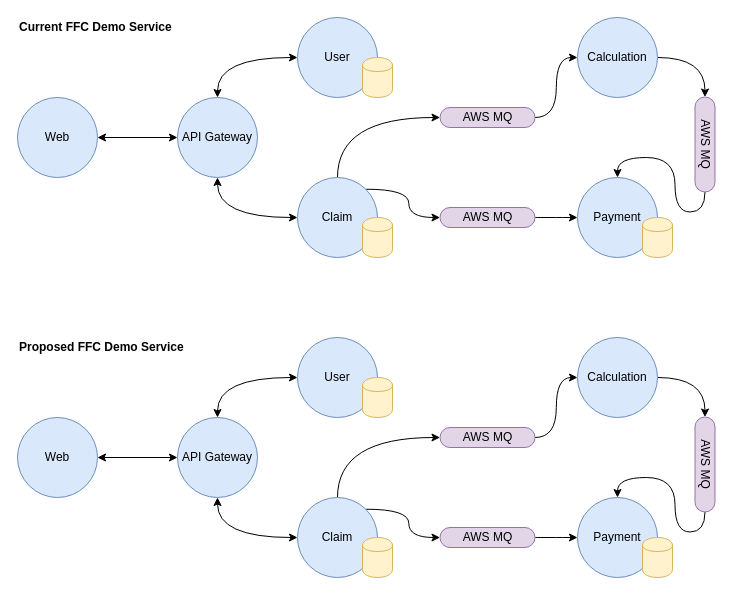
Before: FFC Demo Service.drawio in johnwatson484/diagrams, a draw.io diagram. Source tidied: cells renumbered, new cells numbered last; positions are measured from the earlier drawing's top-left corner, leaving out a move shared by most shapes. Both pictures are drawn from the tidied source at 100%, with x=0, y=0 at pixel (17, 17).
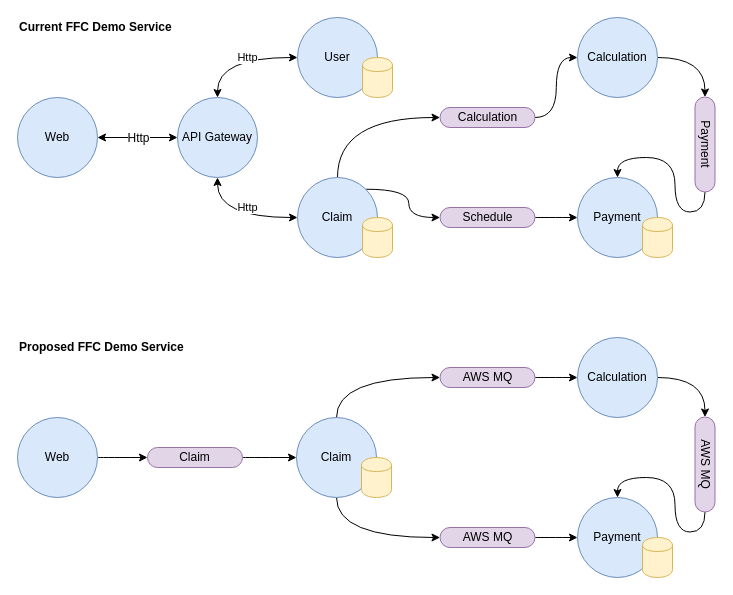
Above is the later version.

Unchanged cells that the change refers to:
```xml
<mxCell id="2" value="Web" style="ellipse;whiteSpace=wrap;html=1;fillColor=#dae8fc;strokeColor=#6c8ebf;" parent="1" vertex="1">
  <mxGeometry y="80" width="80" height="80" as="geometry" />
</mxCell>
<mxCell id="4" value="API Gateway" style="ellipse;whiteSpace=wrap;html=1;fillColor=#dae8fc;strokeColor=#6c8ebf;" parent="1" vertex="1">
  <mxGeometry x="160" y="80" width="80" height="80" as="geometry" />
</mxCell>
<mxCell id="10" value="Claim" style="ellipse;whiteSpace=wrap;html=1;fillColor=#dae8fc;strokeColor=#6c8ebf;" parent="1" vertex="1">
  <mxGeometry x="280" y="160" width="80" height="80" as="geometry" />
</mxCell>
<mxCell id="11" value="User" style="ellipse;whiteSpace=wrap;html=1;fillColor=#dae8fc;strokeColor=#6c8ebf;" parent="1" vertex="1">
  <mxGeometry x="280" width="80" height="80" as="geometry" />
</mxCell>
<mxCell id="24" value="Web" style="ellipse;whiteSpace=wrap;html=1;fillColor=#dae8fc;strokeColor=#6c8ebf;" parent="1" vertex="1">
  <mxGeometry y="400" width="80" height="80" as="geometry" />
</mxCell>
<mxCell id="42" value="AWS MQ" style="rounded=1;whiteSpace=wrap;html=1;fillColor=#e1d5e7;strokeColor=#9673a6;arcSize=50;rotation=0;" parent="1" vertex="1">
  <mxGeometry x="422.5" y="510" width="95" height="20" as="geometry" />
</mxCell>
```

What changed in the source:
```diff
@@
-    <mxCell id="3" style="edgeStyle=orthogonalEdgeStyle;rounded=0;jettySize=auto;html=1;exitX=0.5;exitY=1;exitDx=0;exitDy=0;entryX=0;entryY=0.5;entryDx=0;entryDy=0;jumpStyle=none;curved=1;startArrow=classic;startFill=1;" parent="1" edge="1" source="4" target="10">
-      <mxGeometry relative="1" as="geometry" />
+    <mxCell id="3" value="Http" style="edgeStyle=orthogonalEdgeStyle;rounded=0;jettySize=auto;html=1;exitX=0.5;exitY=1;exitDx=0;exitDy=0;entryX=0;entryY=0.5;entryDx=0;entryDy=0;jumpStyle=none;curved=1;startArrow=classic;startFill=1;" parent="1" edge="1" source="4" target="10">
+      <mxGeometry x="0.17" y="10" relative="1" as="geometry" />
     </mxCell>
@@
-    <mxCell id="16" value="AWS MQ" style="rounded=1;whiteSpace=wrap;html=1;fillColor=#e1d5e7;strokeColor=#9673a6;arcSize=50;rotation=0;" parent="1" vertex="1">
+    <mxCell id="16" value="Calculation" style="rounded=1;whiteSpace=wrap;html=1;fillColor=#e1d5e7;strokeColor=#9673a6;arcSize=50;rotation=0;" parent="1" vertex="1">
       <mxGeometry x="422.5" y="90" width="95" height="20" as="geometry" />
     </mxCell>
-    <mxCell id="17" style="endArrow=classic;html=1;exitX=1;exitY=0.5;exitDx=0;exitDy=0;entryX=0;entryY=0.5;entryDx=0;entryDy=0;jumpStyle=none;startArrow=classic;startFill=1;" parent="1" edge="1" source="2" target="4">
+    <mxCell id="17" style="endArrow=classic;html=1;exitX=1;exitY=0.5;exitDx=0;exitDy=0;entryX=0;entryY=0.5;entryDx=0;entryDy=0;jumpStyle=none;startArrow=classic;startFill=1;fontColor=#000000;strokeColor=#000000;" parent="1" edge="1" source="2" target="4">
       <mxGeometry relative="1" as="geometry" />
     </mxCell>
+    <mxCell id="46" value="Http" style="text;html=1;align=center;verticalAlign=middle;labelBackgroundColor=#ffffff;fontColor=#000000;" parent="17" vertex="1">
+      <mxGeometry x="0.32" relative="1" as="geometry">
+        <mxPoint x="-13" as="offset" />
+      </mxGeometry>
+    </mxCell>
-    <mxCell id="18" style="edgeStyle=orthogonalEdgeStyle;rounded=0;jettySize=auto;html=1;exitX=0.5;exitY=0;exitDx=0;exitDy=0;entryX=0;entryY=0.5;entryDx=0;entryDy=0;jumpStyle=none;curved=1;startArrow=classic;startFill=1;" parent="1" edge="1" source="4" target="11">
-      <mxGeometry relative="1" as="geometry" />
+    <mxCell id="18" value="Http" style="edgeStyle=orthogonalEdgeStyle;rounded=0;jettySize=auto;html=1;exitX=0.5;exitY=0;exitDx=0;exitDy=0;entryX=0;entryY=0.5;entryDx=0;entryDy=0;jumpStyle=none;curved=1;startArrow=classic;startFill=1;" parent="1" edge="1" source="4" target="11">
+      <mxGeometry x="0.17" relative="1" as="geometry" />
     </mxCell>
@@
-    <mxCell id="20" value="AWS MQ" style="rounded=1;whiteSpace=wrap;html=1;fillColor=#e1d5e7;strokeColor=#9673a6;arcSize=50;rotation=0;" parent="1" vertex="1">
+    <mxCell id="20" value="Schedule" style="rounded=1;whiteSpace=wrap;html=1;fillColor=#e1d5e7;strokeColor=#9673a6;arcSize=50;rotation=0;" parent="1" vertex="1">
       <mxGeometry x="422.5" y="190" width="95" height="20" as="geometry" />
     </mxCell>
@@
-    <mxCell id="22" value="AWS MQ" style="rounded=1;whiteSpace=wrap;html=1;fillColor=#e1d5e7;strokeColor=#9673a6;arcSize=50;rotation=90;" parent="1" vertex="1">
+    <mxCell id="22" value="Payment" style="rounded=1;whiteSpace=wrap;html=1;fillColor=#e1d5e7;strokeColor=#9673a6;arcSize=50;rotation=90;" parent="1" vertex="1">
       <mxGeometry x="640" y="117" width="95" height="20" as="geometry" />
     </mxCell>
@@
+    <mxCell id="47" style="edgeStyle=orthogonalEdgeStyle;curved=1;jumpStyle=arc;jettySize=auto;html=1;exitX=1;exitY=0.5;exitDx=0;exitDy=0;strokeColor=#000000;fontColor=#000000;entryX=0;entryY=0.5;entryDx=0;entryDy=0;" parent="1" edge="1" source="24" target="49">
+      <mxGeometry relative="1" as="geometry" />
+    </mxCell>
@@
-    <mxCell id="25" style="edgeStyle=orthogonalEdgeStyle;rounded=0;jettySize=auto;html=1;exitX=0.5;exitY=1;exitDx=0;exitDy=0;entryX=0;entryY=0.5;entryDx=0;entryDy=0;jumpStyle=none;curved=1;startArrow=classic;startFill=1;" parent="1" edge="1" source="26" target="32">
-      <mxGeometry relative="1" as="geometry" />
-    </mxCell>
-    <mxCell id="26" value="API Gateway" style="ellipse;whiteSpace=wrap;html=1;fillColor=#dae8fc;strokeColor=#6c8ebf;" parent="1" vertex="1">
-      <mxGeometry x="160" y="400" width="80" height="80" as="geometry" />
-    </mxCell>
@@
-    <mxCell id="30" style="edgeStyle=orthogonalEdgeStyle;jumpStyle=arc;jettySize=auto;html=1;exitX=1;exitY=0;exitDx=0;exitDy=0;entryX=0;entryY=0.5;entryDx=0;entryDy=0;curved=1;" parent="1" edge="1" source="32" target="42">
+    <mxCell id="30" style="edgeStyle=orthogonalEdgeStyle;jumpStyle=arc;jettySize=auto;html=1;exitX=0.5;exitY=1;exitDx=0;exitDy=0;entryX=0;entryY=0.5;entryDx=0;entryDy=0;curved=1;" parent="1" edge="1" source="32" target="42">
       <mxGeometry relative="1" as="geometry" />
     </mxCell>
@@
     <mxCell id="32" value="Claim" style="ellipse;whiteSpace=wrap;html=1;fillColor=#dae8fc;strokeColor=#6c8ebf;" parent="1" vertex="1">
-      <mxGeometry x="280" y="480" width="80" height="80" as="geometry" />
+      <mxGeometry x="279" y="400" width="80" height="80" as="geometry" />
     </mxCell>
-    <mxCell id="33" value="User" style="ellipse;whiteSpace=wrap;html=1;fillColor=#dae8fc;strokeColor=#6c8ebf;" parent="1" vertex="1">
-      <mxGeometry x="280" y="320" width="80" height="80" as="geometry" />
-    </mxCell>
@@
     <mxCell id="35" style="shape=cylinder;whiteSpace=wrap;html=1;boundedLbl=1;backgroundOutline=1;fillColor=#fff2cc;strokeColor=#d6b656;" parent="1" vertex="1">
-      <mxGeometry x="345" y="520" width="30" height="40" as="geometry" />
+      <mxGeometry x="344" y="440" width="30" height="40" as="geometry" />
     </mxCell>
-    <mxCell id="36" style="shape=cylinder;whiteSpace=wrap;html=1;boundedLbl=1;backgroundOutline=1;fillColor=#fff2cc;strokeColor=#d6b656;" parent="1" vertex="1">
-      <mxGeometry x="345" y="360" width="30" height="40" as="geometry" />
-    </mxCell>
@@
     <mxCell id="38" value="AWS MQ" style="rounded=1;whiteSpace=wrap;html=1;fillColor=#e1d5e7;strokeColor=#9673a6;arcSize=50;rotation=0;" parent="1" vertex="1">
-      <mxGeometry x="422.5" y="410" width="95" height="20" as="geometry" />
+      <mxGeometry x="422.5" y="350" width="95" height="20" as="geometry" />
     </mxCell>
-    <mxCell id="39" style="endArrow=classic;html=1;exitX=1;exitY=0.5;exitDx=0;exitDy=0;entryX=0;entryY=0.5;entryDx=0;entryDy=0;jumpStyle=none;startArrow=classic;startFill=1;" parent="1" edge="1" source="24" target="26">
-      <mxGeometry relative="1" as="geometry" />
-    </mxCell>
-    <mxCell id="40" style="edgeStyle=orthogonalEdgeStyle;rounded=0;jettySize=auto;html=1;exitX=0.5;exitY=0;exitDx=0;exitDy=0;entryX=0;entryY=0.5;entryDx=0;entryDy=0;jumpStyle=none;curved=1;startArrow=classic;startFill=1;" parent="1" edge="1" source="26" target="33">
-      <mxGeometry relative="1" as="geometry" />
-    </mxCell>
@@
+    <mxCell id="48" style="edgeStyle=orthogonalEdgeStyle;curved=1;jumpStyle=arc;jettySize=auto;html=1;exitX=1;exitY=0.5;exitDx=0;exitDy=0;entryX=0;entryY=0.5;entryDx=0;entryDy=0;strokeColor=#000000;fontColor=#000000;" parent="1" edge="1" source="49" target="32">
+      <mxGeometry relative="1" as="geometry" />
+    </mxCell>
+    <mxCell id="49" value="Claim" style="rounded=1;whiteSpace=wrap;html=1;fillColor=#e1d5e7;strokeColor=#9673a6;arcSize=50;rotation=0;" parent="1" vertex="1">
+      <mxGeometry x="130" y="430" width="95" height="20" as="geometry" />
+    </mxCell>
```
